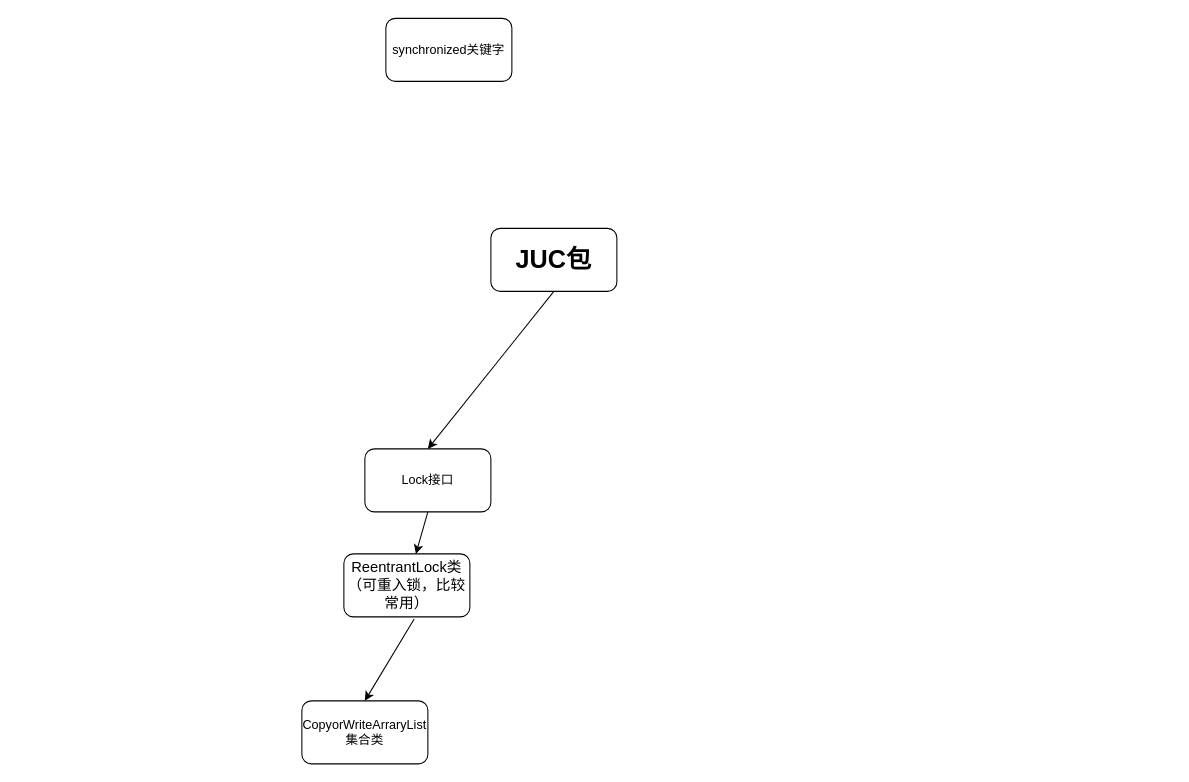
This is java并发.drawio from gitofding/first_repository, a draw.io file, before an edit. Source tidied: cells renumbered, new cells numbered last; positions are measured from the earlier drawing's top-left corner, leaving out a move shared by most shapes. Both pictures are drawn from the tidied source at 105%, with x=0, y=0 at pixel (301, 18).
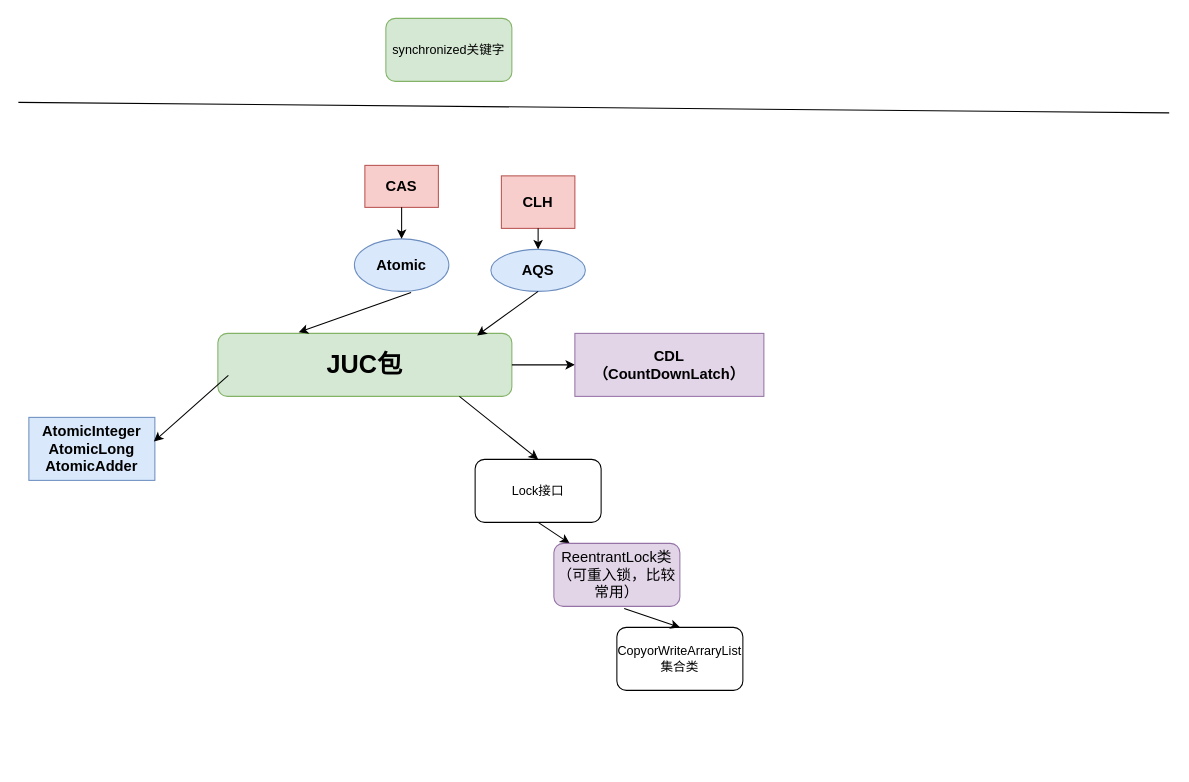
The same diagram, later.

The edit, as a diff of the source:
```diff
@@
-    <mxCell id="2" value="&lt;b&gt;&lt;font style=&quot;font-size: 24px&quot;&gt;JUC包&lt;/font&gt;&lt;/b&gt;" style="rounded=1;whiteSpace=wrap;html=1;" parent="1" vertex="1">
-      <mxGeometry x="180" y="200" width="120" height="60" as="geometry" />
+    <mxCell id="2" value="&lt;b&gt;&lt;font style=&quot;font-size: 24px&quot;&gt;JUC包&lt;/font&gt;&lt;/b&gt;" style="rounded=1;whiteSpace=wrap;html=1;fillColor=#d5e8d4;strokeColor=#82b366;" parent="1" vertex="1">
+      <mxGeometry x="-80" y="300" width="280" height="60" as="geometry" />
     </mxCell>
     <mxCell id="3" value="Lock接口" style="rounded=1;whiteSpace=wrap;html=1;" parent="1" vertex="1">
-      <mxGeometry x="60" y="410" width="120" height="60" as="geometry" />
+      <mxGeometry x="165" y="420" width="120" height="60" as="geometry" />
     </mxCell>
-    <mxCell id="4" style="endArrow=classic;html=1;exitX=0.5;exitY=1;exitDx=0;exitDy=0;entryX=0.5;entryY=0;entryDx=0;entryDy=0;" parent="1" edge="1" source="2" target="3">
-      <mxGeometry relative="1" as="geometry" />
+    <mxCell id="4" style="endArrow=classic;html=1;entryX=0.5;entryY=0;entryDx=0;entryDy=0;" parent="1" edge="1" target="3">
+      <mxGeometry relative="1" as="geometry">
+        <mxPoint x="150" y="360" as="sourcePoint" />
+      </mxGeometry>
     </mxCell>
     <mxCell id="5" value="CopyorWriteArraryList集合类" style="rounded=1;whiteSpace=wrap;html=1;" parent="1" vertex="1">
-      <mxGeometry y="650" width="120" height="60" as="geometry" />
+      <mxGeometry x="300" y="580" width="120" height="60" as="geometry" />
     </mxCell>
@@
-    <mxCell id="7" value="synchronized关键字" style="rounded=1;whiteSpace=wrap;html=1;" parent="1" vertex="1">
+    <mxCell id="7" value="synchronized关键字" style="rounded=1;whiteSpace=wrap;html=1;fillColor=#d5e8d4;strokeColor=#82b366;" parent="1" vertex="1">
       <mxGeometry x="80" width="120" height="60" as="geometry" />
     </mxCell>
@@
-    <mxCell id="9" value="&lt;font style=&quot;font-size: 14px&quot;&gt;ReentrantLock类（可重入锁，比较常用）&lt;/font&gt;" style="rounded=1;whiteSpace=wrap;html=1;" parent="1" vertex="1">
-      <mxGeometry x="40" y="510" width="120" height="60" as="geometry" />
+    <mxCell id="9" value="&lt;font style=&quot;font-size: 14px&quot;&gt;ReentrantLock类（可重入锁，比较常用）&lt;/font&gt;" style="rounded=1;whiteSpace=wrap;html=1;fillColor=#e1d5e7;strokeColor=#9673a6;" parent="1" vertex="1">
+      <mxGeometry x="240" y="500" width="120" height="60" as="geometry" />
     </mxCell>
+    <mxCell id="10" style="endArrow=none;html=1;" parent="1" edge="1">
+      <mxGeometry relative="1" as="geometry">
+        <mxPoint x="-270" y="80" as="sourcePoint" />
+        <mxPoint x="826" y="90" as="targetPoint" />
+      </mxGeometry>
+    </mxCell>
+    <mxCell id="11" value="&lt;font style=&quot;font-size: 14px&quot;&gt;&lt;b&gt;Atomic&lt;/b&gt;&lt;/font&gt;" style="ellipse;whiteSpace=wrap;html=1;fillColor=#dae8fc;strokeColor=#6c8ebf;" parent="1" vertex="1">
+      <mxGeometry x="50" y="210" width="90" height="50" as="geometry" />
+    </mxCell>
+    <mxCell id="12" value="&lt;font style=&quot;font-size: 14px&quot;&gt;&lt;b&gt;AQS&lt;/b&gt;&lt;/font&gt;" style="ellipse;whiteSpace=wrap;html=1;fillColor=#dae8fc;strokeColor=#6c8ebf;" parent="1" vertex="1">
+      <mxGeometry x="180" y="220" width="90" height="40" as="geometry" />
+    </mxCell>
+    <mxCell id="13" value="&lt;font style=&quot;font-size: 14px&quot;&gt;&lt;b&gt;CAS&lt;/b&gt;&lt;/font&gt;" style="rounded=0;whiteSpace=wrap;html=1;fillColor=#f8cecc;strokeColor=#b85450;" parent="1" vertex="1">
+      <mxGeometry x="60" y="140" width="70" height="40" as="geometry" />
+    </mxCell>
+    <mxCell id="14" value="&lt;font style=&quot;font-size: 14px&quot;&gt;&lt;b&gt;CLH&lt;/b&gt;&lt;/font&gt;" style="rounded=0;whiteSpace=wrap;html=1;fillColor=#f8cecc;strokeColor=#b85450;" parent="1" vertex="1">
+      <mxGeometry x="190" y="150" width="70" height="50" as="geometry" />
+    </mxCell>
+    <mxCell id="15" style="endArrow=classic;html=1;exitX=0.5;exitY=1;exitDx=0;exitDy=0;entryX=0.5;entryY=0;entryDx=0;entryDy=0;" parent="1" edge="1" source="13" target="11">
+      <mxGeometry relative="1" as="geometry" />
+    </mxCell>
+    <mxCell id="16" style="endArrow=classic;html=1;exitX=0.5;exitY=1;exitDx=0;exitDy=0;" parent="1" edge="1" source="14" target="12">
+      <mxGeometry relative="1" as="geometry" />
+    </mxCell>
+    <mxCell id="17" style="endArrow=classic;html=1;exitX=0.6;exitY=1.02;exitDx=0;exitDy=0;exitPerimeter=0;entryX=0.275;entryY=-0.017;entryDx=0;entryDy=0;entryPerimeter=0;" parent="1" edge="1" source="11" target="2">
+      <mxGeometry relative="1" as="geometry" />
+    </mxCell>
+    <mxCell id="18" style="endArrow=classic;html=1;exitX=0.5;exitY=1;exitDx=0;exitDy=0;entryX=0.882;entryY=0.033;entryDx=0;entryDy=0;entryPerimeter=0;" parent="1" edge="1" source="12" target="2">
+      <mxGeometry relative="1" as="geometry" />
+    </mxCell>
+    <mxCell id="19" style="endArrow=classic;html=1;exitX=1;exitY=0.5;exitDx=0;exitDy=0;" parent="1" edge="1" source="2" target="20">
+      <mxGeometry relative="1" as="geometry" />
+    </mxCell>
+    <mxCell id="20" style="rounded=0;whiteSpace=wrap;html=1;fillColor=#e1d5e7;strokeColor=#9673a6;" parent="1" vertex="1">
+      <mxGeometry x="260" y="300" width="180" height="60" as="geometry" />
+    </mxCell>
+    <mxCell id="21" value="&lt;font style=&quot;font-size: 14px&quot;&gt;&lt;b&gt;CDL（CountDownLatch）&lt;/b&gt;&lt;/font&gt;" style="text;html=1;strokeColor=none;fillColor=none;align=center;verticalAlign=middle;whiteSpace=wrap;rounded=0;" parent="1" vertex="1">
+      <mxGeometry x="290" y="320" width="120" height="20" as="geometry" />
+    </mxCell>
+    <mxCell id="22" style="rounded=0;whiteSpace=wrap;html=1;fillColor=#dae8fc;strokeColor=#6c8ebf;" parent="1" vertex="1">
+      <mxGeometry x="-260" y="380" width="120" height="60" as="geometry" />
+    </mxCell>
+    <mxCell id="23" value="&lt;b style=&quot;font-size: 14px&quot;&gt;AtomicInteger&lt;br&gt;AtomicLong&lt;br&gt;AtomicAdder&lt;/b&gt;" style="text;html=1;strokeColor=none;fillColor=none;align=center;verticalAlign=middle;whiteSpace=wrap;rounded=0;" parent="1" vertex="1">
+      <mxGeometry x="-220" y="400" width="40" height="20" as="geometry" />
+    </mxCell>
+    <mxCell id="24" style="endArrow=classic;html=1;entryX=0.992;entryY=0.383;entryDx=0;entryDy=0;entryPerimeter=0;" parent="1" edge="1" target="22">
+      <mxGeometry relative="1" as="geometry">
+        <mxPoint x="-70" y="340" as="sourcePoint" />
+      </mxGeometry>
+    </mxCell>
```
